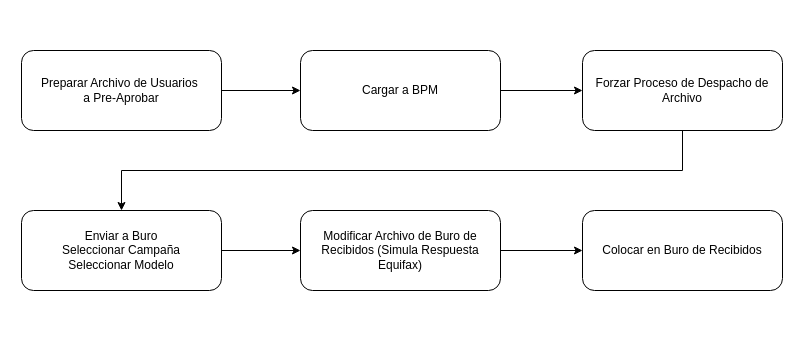
Above: page "Flujo de Pre-Calificación" (20 of 20) of Untitled Diagram.drawio in jrocafuerte/BookStore (draw.io), before the change. Source tidied: cells renumbered, new cells numbered last; positions are measured from the earlier drawing's top-left corner, leaving out a move shared by most shapes. Both pictures are drawn from the tidied source at 100%, with x=0, y=0 at pixel (21, 50).
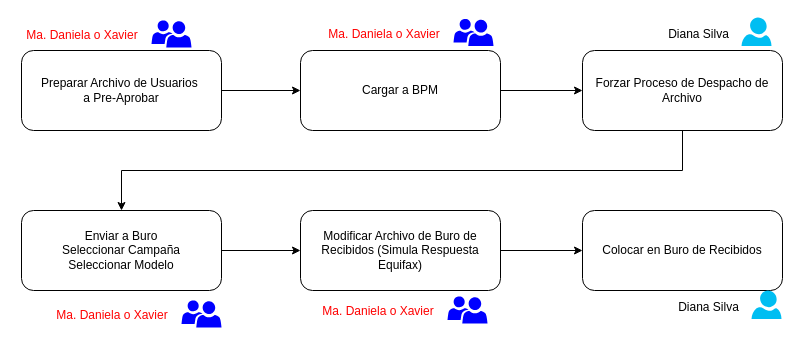
The same diagram, later.

What changed in the source:
```diff
@@
+    <mxCell id="13" style="sketch=0;shadow=0;dashed=0;html=1;strokeColor=none;labelPosition=center;verticalLabelPosition=bottom;verticalAlign=top;align=center;fillColor=#0000FF;shape=mxgraph.mscae.intune.user_group;" parent="1" vertex="1">
+      <mxGeometry x="130" y="-30" width="40" height="27" as="geometry" />
+    </mxCell>
+    <mxCell id="14" value="&lt;font color=&quot;#ff0000&quot;&gt;Ma. Daniela&amp;nbsp;&lt;span style=&quot;background-color: initial;&quot;&gt;o Xavier&lt;/span&gt;&lt;/font&gt;" style="text;html=1;align=center;verticalAlign=middle;whiteSpace=wrap;rounded=0;" parent="1" vertex="1">
+      <mxGeometry x="-4" y="-30" width="130" height="30" as="geometry" />
+    </mxCell>
+    <mxCell id="15" style="sketch=0;shadow=0;dashed=0;html=1;strokeColor=none;labelPosition=center;verticalLabelPosition=bottom;verticalAlign=top;align=center;fillColor=#0000FF;shape=mxgraph.mscae.intune.user_group;" parent="1" vertex="1">
+      <mxGeometry x="432" y="-31.5" width="40" height="27" as="geometry" />
+    </mxCell>
+    <mxCell id="16" value="&lt;font color=&quot;#ff0000&quot;&gt;Ma. Daniela&amp;nbsp;&lt;span style=&quot;background-color: initial;&quot;&gt;o Xavier&lt;/span&gt;&lt;/font&gt;" style="text;html=1;align=center;verticalAlign=middle;whiteSpace=wrap;rounded=0;" parent="1" vertex="1">
+      <mxGeometry x="298" y="-31.5" width="130" height="30" as="geometry" />
+    </mxCell>
+    <mxCell id="17" style="sketch=0;shadow=0;dashed=0;html=1;strokeColor=none;labelPosition=center;verticalLabelPosition=bottom;verticalAlign=top;align=center;fillColor=#0000FF;shape=mxgraph.mscae.intune.user_group;" parent="1" vertex="1">
+      <mxGeometry x="426" y="246" width="40" height="27" as="geometry" />
+    </mxCell>
+    <mxCell id="18" value="&lt;font color=&quot;#ff0000&quot;&gt;Ma. Daniela&amp;nbsp;&lt;span style=&quot;background-color: initial;&quot;&gt;o Xavier&lt;/span&gt;&lt;/font&gt;" style="text;html=1;align=center;verticalAlign=middle;whiteSpace=wrap;rounded=0;" parent="1" vertex="1">
+      <mxGeometry x="292" y="246" width="130" height="30" as="geometry" />
+    </mxCell>
+    <mxCell id="19" style="sketch=0;shadow=0;dashed=0;html=1;strokeColor=none;labelPosition=center;verticalLabelPosition=bottom;verticalAlign=top;align=center;fillColor=#0000FF;shape=mxgraph.mscae.intune.user_group;" parent="1" vertex="1">
+      <mxGeometry x="160" y="250" width="40" height="27" as="geometry" />
+    </mxCell>
+    <mxCell id="20" value="&lt;font color=&quot;#ff0000&quot;&gt;Ma. Daniela&amp;nbsp;&lt;span style=&quot;background-color: initial;&quot;&gt;o Xavier&lt;/span&gt;&lt;/font&gt;" style="text;html=1;align=center;verticalAlign=middle;whiteSpace=wrap;rounded=0;" parent="1" vertex="1">
+      <mxGeometry x="26" y="250" width="130" height="30" as="geometry" />
+    </mxCell>
+    <mxCell id="21" style="verticalLabelPosition=bottom;html=1;verticalAlign=top;align=center;strokeColor=none;fillColor=#00BEF2;shape=mxgraph.azure.user;" parent="1" vertex="1">
+      <mxGeometry x="720" y="-33" width="30" height="28.5" as="geometry" />
+    </mxCell>
+    <mxCell id="22" value="Diana Silva" style="text;html=1;align=center;verticalAlign=middle;whiteSpace=wrap;rounded=0;" parent="1" vertex="1">
+      <mxGeometry x="637" y="-31.5" width="81" height="30" as="geometry" />
+    </mxCell>
+    <mxCell id="23" style="verticalLabelPosition=bottom;html=1;verticalAlign=top;align=center;strokeColor=none;fillColor=#00BEF2;shape=mxgraph.azure.user;" parent="1" vertex="1">
+      <mxGeometry x="730" y="240" width="30" height="28.5" as="geometry" />
+    </mxCell>
+    <mxCell id="24" value="Diana Silva" style="text;html=1;align=center;verticalAlign=middle;whiteSpace=wrap;rounded=0;" parent="1" vertex="1">
+      <mxGeometry x="647" y="241.5" width="81" height="30" as="geometry" />
+    </mxCell>
```
